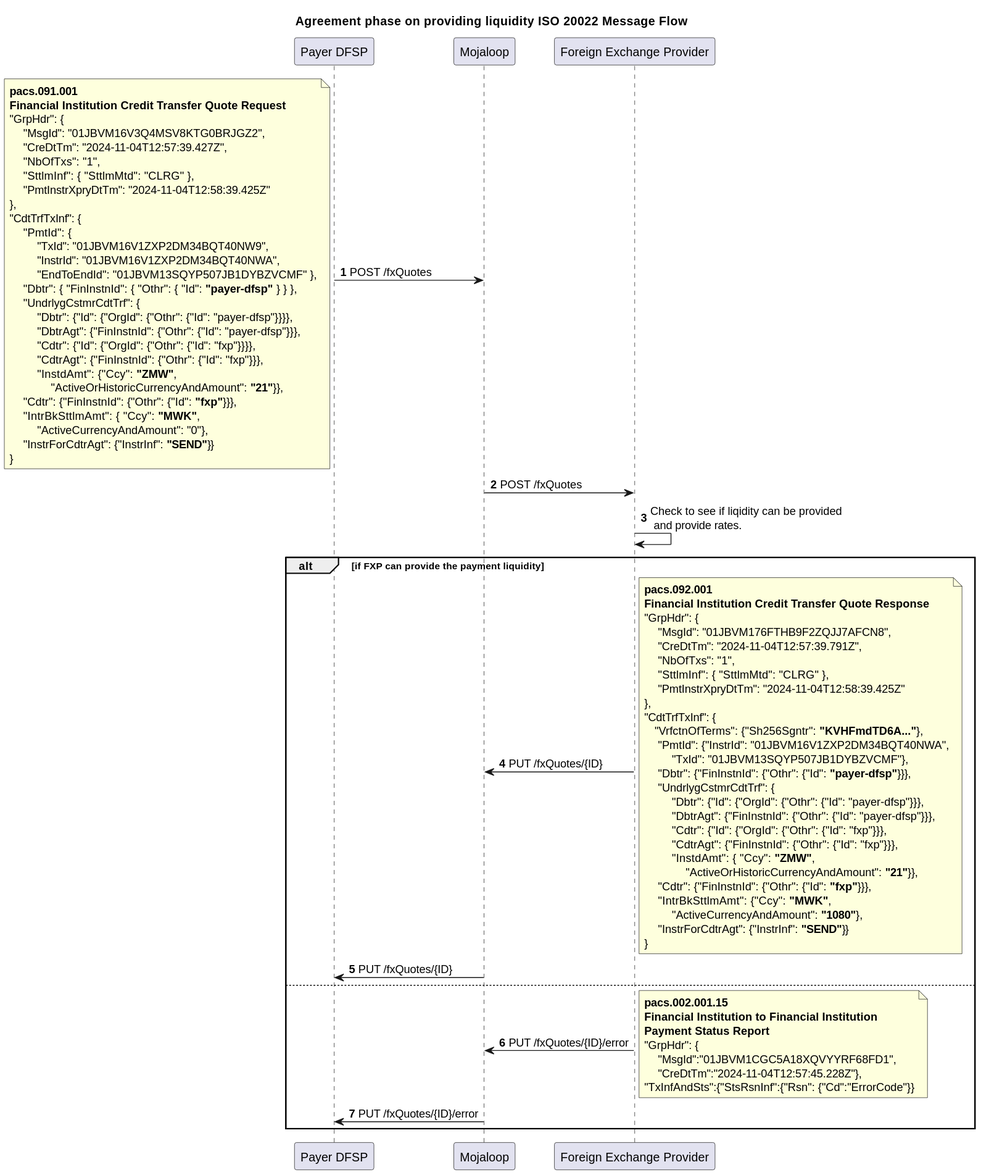
This is Workstream documents/MarketPracticeDoc/SequenceDiagrams/AgreementConversion.svg from mojaloop/iso-20022-docs, a PlantUML export, as it was before one commit. The source it was exported from:
```plantuml
@startuml

Title Agreement phase on providing liquidity ISO 20022 Message Flow
participant PayerDFSP as "Payer DFSP"
participant Mojaloop as "Mojaloop"
participant FXP as "Foreign Exchange Provider"

autonumber

PayerDFSP -> Mojaloop: POST /fxQuotes
note left
**pacs.091.001**
**Financial Institution Credit Transfer Quote Request**
"GrpHdr": {
    "MsgId": "01JBVM16V3Q4MSV8KTG0BRJGZ2",
    "CreDtTm": "2024-11-04T12:57:39.427Z",
    "NbOfTxs": "1",
    "SttlmInf": { "SttlmMtd": "CLRG" },
    "PmtInstrXpryDtTm": "2024-11-04T12:58:39.425Z"
},
"CdtTrfTxInf": {
    "PmtId": {
        "TxId": "01JBVM16V1ZXP2DM34BQT40NW9",
        "InstrId": "01JBVM16V1ZXP2DM34BQT40NWA",
        "EndToEndId": "01JBVM13SQYP507JB1DYBZVCMF" },
    "Dbtr": { "FinInstnId": { "Othr": { "Id": **"payer-dfsp"** } } },
    "UndrlygCstmrCdtTrf": {
        "Dbtr": {"Id": {"OrgId": {"Othr": {"Id": "payer-dfsp"}}}},
        "DbtrAgt": {"FinInstnId": {"Othr": {"Id": "payer-dfsp"}}},
        "Cdtr": {"Id": {"OrgId": {"Othr": {"Id": "fxp"}}}},
        "CdtrAgt": {"FinInstnId": {"Othr": {"Id": "fxp"}}},
        "InstdAmt": {"Ccy": **"ZMW"**,
            "ActiveOrHistoricCurrencyAndAmount": **"21"**}},
    "Cdtr": {"FinInstnId": {"Othr": {"Id": **"fxp"**}}},
    "IntrBkSttlmAmt": { "Ccy": **"MWK"**,
        "ActiveCurrencyAndAmount": "0"},
    "InstrForCdtrAgt": {"InstrInf": **"SEND"**}}
}
end note
Mojaloop -> FXP: POST /fxQuotes
FXP -> FXP: Check to see if liqidity can be provided \n and provide rates.
alt if FXP can provide the payment liquidity
FXP -> Mojaloop: PUT /fxQuotes/{ID}
note right
**pacs.092.001**
**Financial Institution Credit Transfer Quote Response**
"GrpHdr": {
    "MsgId": "01JBVM176FTHB9F2ZQJJ7AFCN8",
    "CreDtTm": "2024-11-04T12:57:39.791Z",
    "NbOfTxs": "1",
    "SttlmInf": { "SttlmMtd": "CLRG" },
    "PmtInstrXpryDtTm": "2024-11-04T12:58:39.425Z"
},
"CdtTrfTxInf": {
   "VrfctnOfTerms": {"Sh256Sgntr": **"KVHFmdTD6A..."**},
    "PmtId": {"InstrId": "01JBVM16V1ZXP2DM34BQT40NWA",
        "TxId": "01JBVM13SQYP507JB1DYBZVCMF"},
    "Dbtr": {"FinInstnId": {"Othr": {"Id": **"payer-dfsp"**}}},
    "UndrlygCstmrCdtTrf": {
        "Dbtr": {"Id": {"OrgId": {"Othr": {"Id": "payer-dfsp"}}},
        "DbtrAgt": {"FinInstnId": {"Othr": {"Id": "payer-dfsp"}}},
        "Cdtr": {"Id": {"OrgId": {"Othr": {"Id": "fxp"}}},
        "CdtrAgt": {"FinInstnId": {"Othr": {"Id": "fxp"}}},
        "InstdAmt": { "Ccy": **"ZMW"**,
            "ActiveOrHistoricCurrencyAndAmount": **"21"**}},
    "Cdtr": {"FinInstnId": {"Othr": {"Id": **"fxp"**}}},
    "IntrBkSttlmAmt": {"Ccy": **"MWK"**,
        "ActiveCurrencyAndAmount": **"1080"**},
    "InstrForCdtrAgt": {"InstrInf": **"SEND"**}}
}
end note
Mojaloop -> PayerDFSP: PUT /fxQuotes/{ID}

else

FXP -> Mojaloop: PUT /fxQuotes/{ID}/error
note right
**pacs.002.001.15**
**Financial Institution to Financial Institution**
**Payment Status Report**
"GrpHdr": {
    "MsgId":"01JBVM1CGC5A18XQVYYRF68FD1",
    "CreDtTm":"2024-11-04T12:57:45.228Z"},
"TxInfAndSts":{"StsRsnInf":{"Rsn": {"Cd":"ErrorCode"}}
end note
Mojaloop -> PayerDFSP: PUT /fxQuotes/{ID}/error
end


@enduml
```
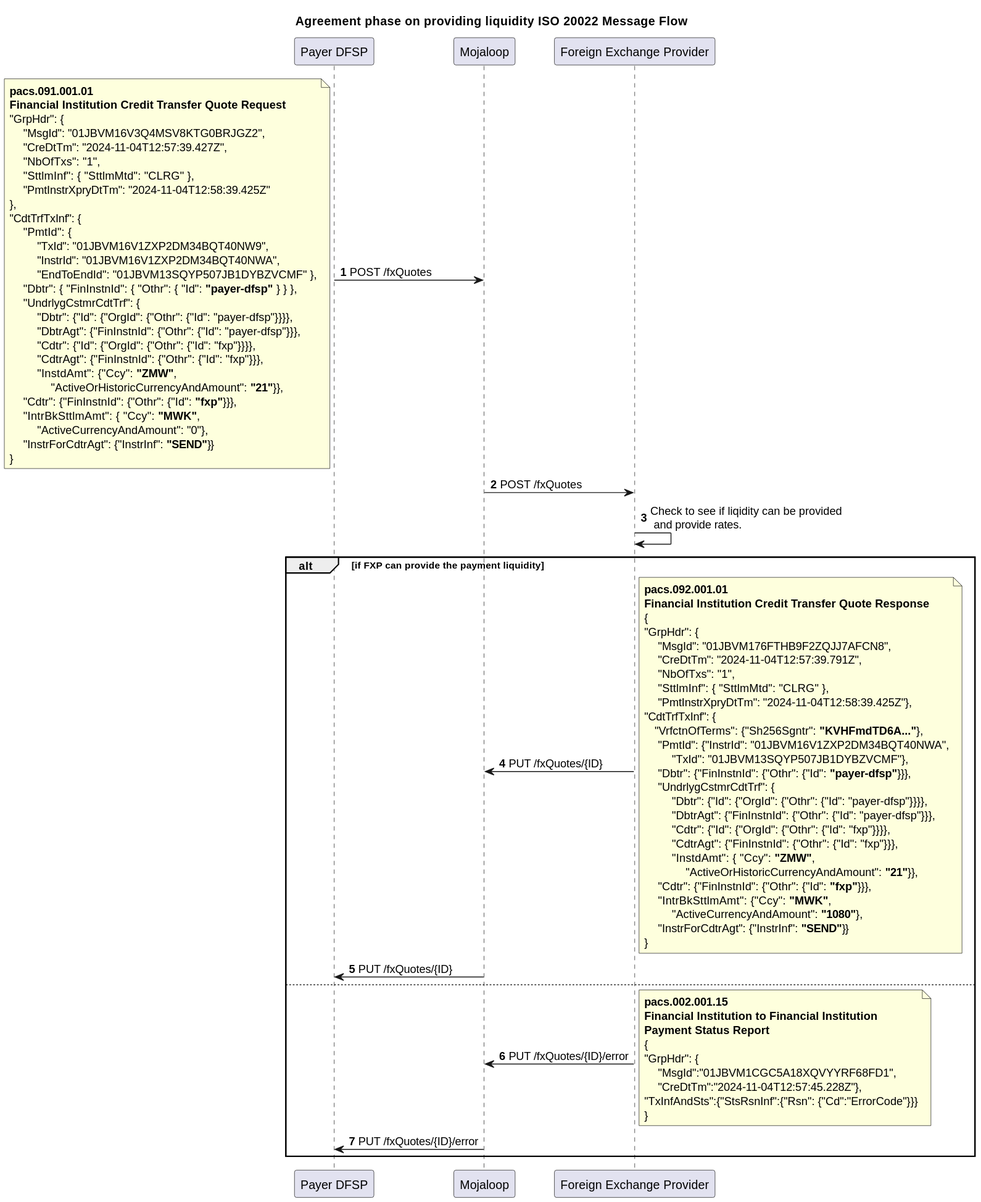
The same diagram one commit later.

Change to the diagram source:
```diff
@@ -9,7 +9,7 @@
 
 PayerDFSP -> Mojaloop: POST /fxQuotes
 note left
-**pacs.091.001**
+**pacs.091.001.01**
 **Financial Institution Credit Transfer Quote Request**
 "GrpHdr": {
     "MsgId": "01JBVM16V3Q4MSV8KTG0BRJGZ2",
@@ -42,24 +42,24 @@
 alt if FXP can provide the payment liquidity
 FXP -> Mojaloop: PUT /fxQuotes/{ID}
 note right
-**pacs.092.001**
+**pacs.092.001.01**
 **Financial Institution Credit Transfer Quote Response**
+{
 "GrpHdr": {
     "MsgId": "01JBVM176FTHB9F2ZQJJ7AFCN8",
     "CreDtTm": "2024-11-04T12:57:39.791Z",
     "NbOfTxs": "1",
     "SttlmInf": { "SttlmMtd": "CLRG" },
-    "PmtInstrXpryDtTm": "2024-11-04T12:58:39.425Z"
-},
+    "PmtInstrXpryDtTm": "2024-11-04T12:58:39.425Z"},
 "CdtTrfTxInf": {
    "VrfctnOfTerms": {"Sh256Sgntr": **"KVHFmdTD6A..."**},
     "PmtId": {"InstrId": "01JBVM16V1ZXP2DM34BQT40NWA",
         "TxId": "01JBVM13SQYP507JB1DYBZVCMF"},
     "Dbtr": {"FinInstnId": {"Othr": {"Id": **"payer-dfsp"**}}},
     "UndrlygCstmrCdtTrf": {
-        "Dbtr": {"Id": {"OrgId": {"Othr": {"Id": "payer-dfsp"}}},
+        "Dbtr": {"Id": {"OrgId": {"Othr": {"Id": "payer-dfsp"}}}},
         "DbtrAgt": {"FinInstnId": {"Othr": {"Id": "payer-dfsp"}}},
-        "Cdtr": {"Id": {"OrgId": {"Othr": {"Id": "fxp"}}},
+        "Cdtr": {"Id": {"OrgId": {"Othr": {"Id": "fxp"}}}},
         "CdtrAgt": {"FinInstnId": {"Othr": {"Id": "fxp"}}},
         "InstdAmt": { "Ccy": **"ZMW"**,
             "ActiveOrHistoricCurrencyAndAmount": **"21"**}},
@@ -78,10 +78,12 @@
 **pacs.002.001.15**
 **Financial Institution to Financial Institution**
 **Payment Status Report**
+{
 "GrpHdr": {
     "MsgId":"01JBVM1CGC5A18XQVYYRF68FD1",
     "CreDtTm":"2024-11-04T12:57:45.228Z"},
-"TxInfAndSts":{"StsRsnInf":{"Rsn": {"Cd":"ErrorCode"}}
+"TxInfAndSts":{"StsRsnInf":{"Rsn": {"Cd":"ErrorCode"}}}
+}
 end note
 Mojaloop -> PayerDFSP: PUT /fxQuotes/{ID}/error
 end
```
